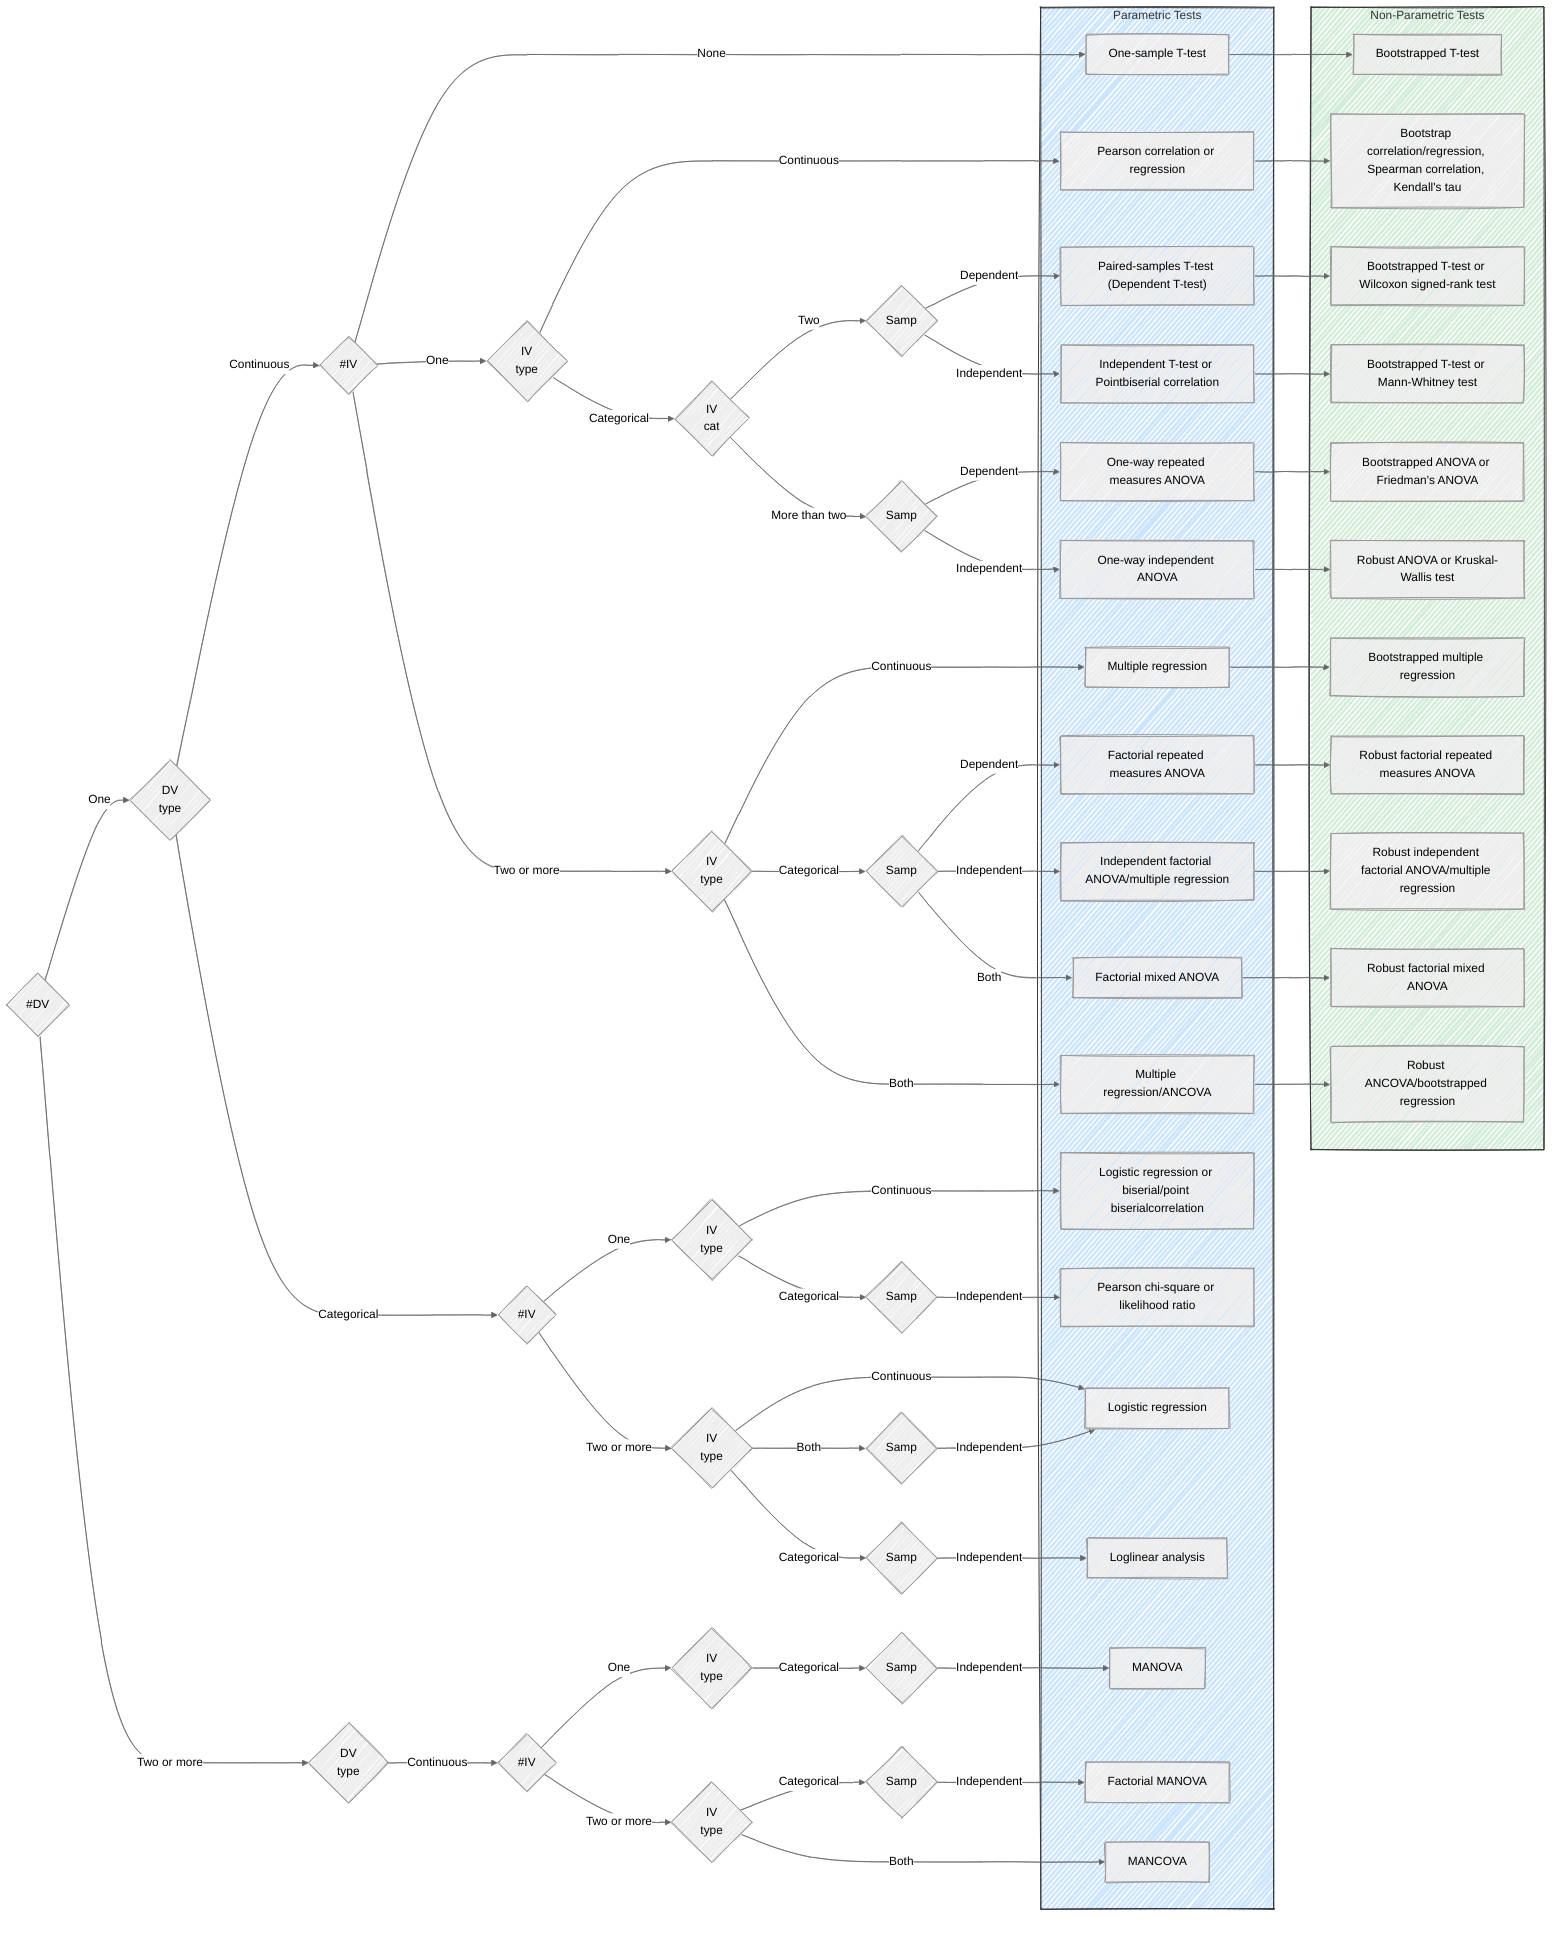
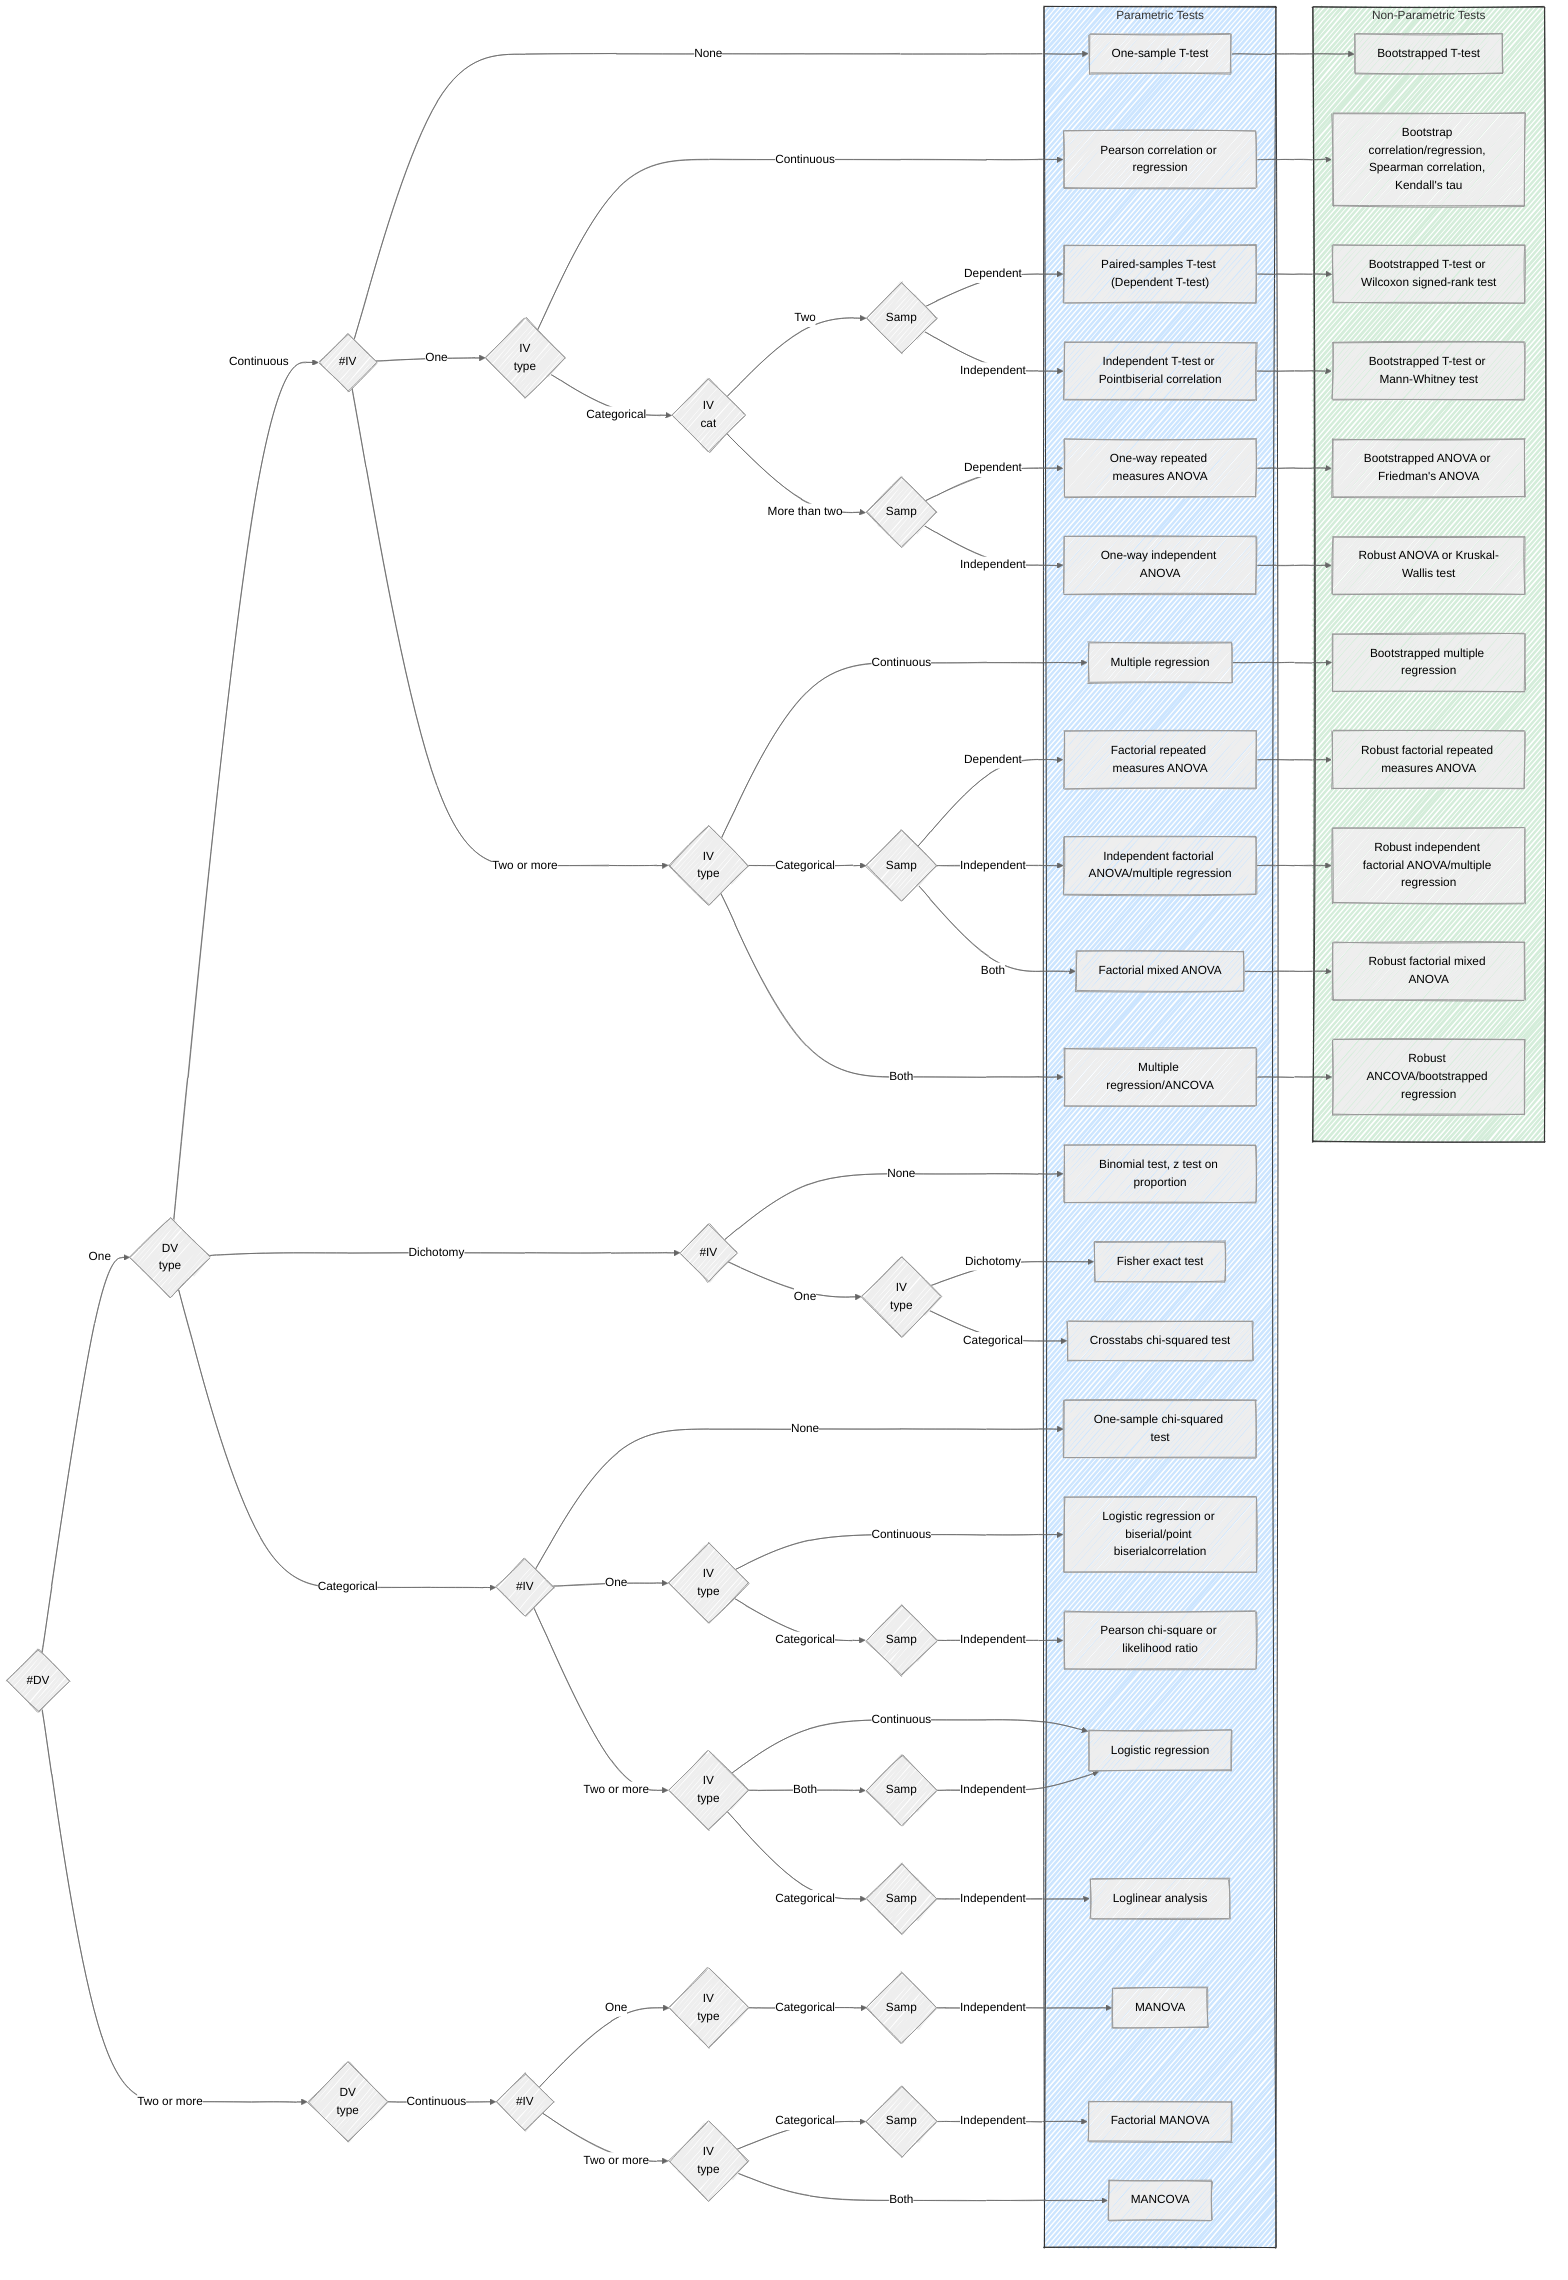
---
config:
  look: handDrawn
  theme: neutral
---

graph LR
    _DV{"#DV"}
    _DV_One_DV_br_type{"DV<br>type"}
    _DV_One_DV_br_type_Continuous_IV{"#IV"}
    _DV_One_DV_br_type_Continuous_IV_One_IV_br_type{"IV<br>type"}
    _DV_One_DV_br_type_Continuous_IV_One_IV_br_type_Categorical_IV_br_cat{"IV<br>cat"}
    _DV_One_DV_br_type_Continuous_IV_One_IV_br_type_Categorical_IV_br_cat_Two_Samp{"Samp"}
    _DV_One_DV_br_type_Continuous_IV_One_IV_br_type_Categorical_IV_br_cat_More_than_two_Samp{"Samp"}
    _DV_One_DV_br_type_Continuous_IV_Two_or_more_IV_br_type{"IV<br>type"}
    _DV_One_DV_br_type_Continuous_IV_Two_or_more_IV_br_type_Categorical_Samp{"Samp"}
+     _DV_One_DV_br_type_Dichotomy_IV{"#IV"}
+     _DV_One_DV_br_type_Dichotomy_IV_One_IV_br_type{"IV<br>type"}
    _DV_One_DV_br_type_Categorical_IV{"#IV"}
    _DV_One_DV_br_type_Categorical_IV_One_IV_br_type{"IV<br>type"}
    _DV_One_DV_br_type_Categorical_IV_One_IV_br_type_Categorical_Samp{"Samp"}
    _DV_One_DV_br_type_Categorical_IV_Two_or_more_IV_br_type{"IV<br>type"}
    _DV_One_DV_br_type_Categorical_IV_Two_or_more_IV_br_type_Categorical_Samp{"Samp"}
    _DV_One_DV_br_type_Categorical_IV_Two_or_more_IV_br_type_Both_Samp{"Samp"}
    _DV_Two_or_more_DV_br_type{"DV<br>type"}
    _DV_Two_or_more_DV_br_type_Continuous_IV{"#IV"}
    _DV_Two_or_more_DV_br_type_Continuous_IV_One_IV_br_type{"IV<br>type"}
    _DV_Two_or_more_DV_br_type_Continuous_IV_One_IV_br_type_Categorical_Samp{"Samp"}
    _DV_Two_or_more_DV_br_type_Continuous_IV_Two_or_more_IV_br_type{"IV<br>type"}
    _DV_Two_or_more_DV_br_type_Continuous_IV_Two_or_more_IV_br_type_Categorical_Samp{"Samp"}
    subgraph parametric_tests["Parametric Tests"]
        One_sample_T_test["One-sample T-test"]
        Pearson_correlation_or_regression["Pearson correlation or regression"]
        Paired_samples_T_test_Dependent_T_test["Paired-samples T-test (Dependent T-test)"]
        Independent_T_test_or_Pointbiserial_correlation["Independent T-test or Pointbiserial correlation"]
        One_way_repeated_measures_ANOVA["One-way repeated measures ANOVA"]
        One_way_independent_ANOVA["One-way independent ANOVA"]
        Multiple_regression["Multiple regression"]
        Factorial_repeated_measures_ANOVA["Factorial repeated measures ANOVA"]
        Independent_factorial_ANOVA_multiple_regression["Independent factorial ANOVA/multiple regression"]
        Factorial_mixed_ANOVA["Factorial mixed ANOVA"]
        Multiple_regression_ANCOVA["Multiple regression/ANCOVA"]
+         Binomial_test_z_test_on_proportion["Binomial test, z test on proportion"]
+         Fisher_exact_test["Fisher exact test"]
+         Crosstabs_chi_squared_test["Crosstabs chi-squared test"]
+         One_sample_chi_squared_test["One-sample chi-squared test"]
        Logistic_regression_or_biserial_point_biserialcorrelation["Logistic regression or biserial/point biserialcorrelation"]
        Pearson_chi_square_or_likelihood_ratio["Pearson chi-square or likelihood ratio"]
        Logistic_regression["Logistic regression"]
        Loglinear_analysis["Loglinear analysis"]
        MANOVA["MANOVA"]
        Factorial_MANOVA["Factorial MANOVA"]
        MANCOVA["MANCOVA"]
    end
    subgraph nonparametric_tests["Non-Parametric Tests"]
        Bootstrapped_T_test["Bootstrapped T-test"]
        Bootstrap_correlation_regression_Spearman_correlation_Kendall_s_tau["Bootstrap correlation/regression, Spearman correlation, Kendall's tau"]
        Bootstrapped_T_test_or_Wilcoxon_signed_rank_test["Bootstrapped T-test or Wilcoxon signed-rank test"]
        Bootstrapped_T_test_or_Mann_Whitney_test["Bootstrapped T-test or Mann-Whitney test"]
        Bootstrapped_ANOVA_or_Friedman_s_ANOVA["Bootstrapped ANOVA or Friedman's ANOVA"]
        Robust_ANOVA_or_Kruskal_Wallis_test["Robust ANOVA or Kruskal-Wallis test"]
        Bootstrapped_multiple_regression["Bootstrapped multiple regression"]
        Robust_factorial_repeated_measures_ANOVA["Robust factorial repeated measures ANOVA"]
        Robust_independent_factorial_ANOVA_multiple_regression["Robust independent factorial ANOVA/multiple regression"]
        Robust_factorial_mixed_ANOVA["Robust factorial mixed ANOVA"]
        Robust_ANCOVA_bootstrapped_regression["Robust ANCOVA/bootstrapped regression"]
    end
    _DV -->|"One"| _DV_One_DV_br_type
    _DV_One_DV_br_type -->|"Continuous"| _DV_One_DV_br_type_Continuous_IV
    _DV_One_DV_br_type_Continuous_IV -->|"None"| One_sample_T_test
    One_sample_T_test --> Bootstrapped_T_test
    _DV_One_DV_br_type_Continuous_IV -->|"One"| _DV_One_DV_br_type_Continuous_IV_One_IV_br_type
    _DV_One_DV_br_type_Continuous_IV_One_IV_br_type -->|"Continuous"| Pearson_correlation_or_regression
    Pearson_correlation_or_regression --> Bootstrap_correlation_regression_Spearman_correlation_Kendall_s_tau
    _DV_One_DV_br_type_Continuous_IV_One_IV_br_type -->|"Categorical"| _DV_One_DV_br_type_Continuous_IV_One_IV_br_type_Categorical_IV_br_cat
    _DV_One_DV_br_type_Continuous_IV_One_IV_br_type_Categorical_IV_br_cat -->|"Two"| _DV_One_DV_br_type_Continuous_IV_One_IV_br_type_Categorical_IV_br_cat_Two_Samp
    _DV_One_DV_br_type_Continuous_IV_One_IV_br_type_Categorical_IV_br_cat_Two_Samp -->|"Dependent"| Paired_samples_T_test_Dependent_T_test
    Paired_samples_T_test_Dependent_T_test --> Bootstrapped_T_test_or_Wilcoxon_signed_rank_test
    _DV_One_DV_br_type_Continuous_IV_One_IV_br_type_Categorical_IV_br_cat_Two_Samp -->|"Independent"| Independent_T_test_or_Pointbiserial_correlation
    Independent_T_test_or_Pointbiserial_correlation --> Bootstrapped_T_test_or_Mann_Whitney_test
    _DV_One_DV_br_type_Continuous_IV_One_IV_br_type_Categorical_IV_br_cat -->|"More than two"| _DV_One_DV_br_type_Continuous_IV_One_IV_br_type_Categorical_IV_br_cat_More_than_two_Samp
    _DV_One_DV_br_type_Continuous_IV_One_IV_br_type_Categorical_IV_br_cat_More_than_two_Samp -->|"Dependent"| One_way_repeated_measures_ANOVA
    One_way_repeated_measures_ANOVA --> Bootstrapped_ANOVA_or_Friedman_s_ANOVA
    _DV_One_DV_br_type_Continuous_IV_One_IV_br_type_Categorical_IV_br_cat_More_than_two_Samp -->|"Independent"| One_way_independent_ANOVA
    One_way_independent_ANOVA --> Robust_ANOVA_or_Kruskal_Wallis_test
    _DV_One_DV_br_type_Continuous_IV -->|"Two or more"| _DV_One_DV_br_type_Continuous_IV_Two_or_more_IV_br_type
    _DV_One_DV_br_type_Continuous_IV_Two_or_more_IV_br_type -->|"Continuous"| Multiple_regression
    Multiple_regression --> Bootstrapped_multiple_regression
    _DV_One_DV_br_type_Continuous_IV_Two_or_more_IV_br_type -->|"Categorical"| _DV_One_DV_br_type_Continuous_IV_Two_or_more_IV_br_type_Categorical_Samp
    _DV_One_DV_br_type_Continuous_IV_Two_or_more_IV_br_type_Categorical_Samp -->|"Dependent"| Factorial_repeated_measures_ANOVA
    Factorial_repeated_measures_ANOVA --> Robust_factorial_repeated_measures_ANOVA
    _DV_One_DV_br_type_Continuous_IV_Two_or_more_IV_br_type_Categorical_Samp -->|"Independent"| Independent_factorial_ANOVA_multiple_regression
    Independent_factorial_ANOVA_multiple_regression --> Robust_independent_factorial_ANOVA_multiple_regression
    _DV_One_DV_br_type_Continuous_IV_Two_or_more_IV_br_type_Categorical_Samp -->|"Both"| Factorial_mixed_ANOVA
    Factorial_mixed_ANOVA --> Robust_factorial_mixed_ANOVA
    _DV_One_DV_br_type_Continuous_IV_Two_or_more_IV_br_type -->|"Both"| Multiple_regression_ANCOVA
    Multiple_regression_ANCOVA --> Robust_ANCOVA_bootstrapped_regression
+     _DV_One_DV_br_type -->|"Dichotomy"| _DV_One_DV_br_type_Dichotomy_IV
+     _DV_One_DV_br_type_Dichotomy_IV -->|"None"| Binomial_test_z_test_on_proportion
+     _DV_One_DV_br_type_Dichotomy_IV -->|"One"| _DV_One_DV_br_type_Dichotomy_IV_One_IV_br_type
+     _DV_One_DV_br_type_Dichotomy_IV_One_IV_br_type -->|"Dichotomy"| Fisher_exact_test
+     _DV_One_DV_br_type_Dichotomy_IV_One_IV_br_type -->|"Categorical"| Crosstabs_chi_squared_test
    _DV_One_DV_br_type -->|"Categorical"| _DV_One_DV_br_type_Categorical_IV
+     _DV_One_DV_br_type_Categorical_IV -->|"None"| One_sample_chi_squared_test
    _DV_One_DV_br_type_Categorical_IV -->|"One"| _DV_One_DV_br_type_Categorical_IV_One_IV_br_type
    _DV_One_DV_br_type_Categorical_IV_One_IV_br_type -->|"Continuous"| Logistic_regression_or_biserial_point_biserialcorrelation
    _DV_One_DV_br_type_Categorical_IV_One_IV_br_type -->|"Categorical"| _DV_One_DV_br_type_Categorical_IV_One_IV_br_type_Categorical_Samp
    _DV_One_DV_br_type_Categorical_IV_One_IV_br_type_Categorical_Samp -->|"Independent"| Pearson_chi_square_or_likelihood_ratio
    _DV_One_DV_br_type_Categorical_IV -->|"Two or more"| _DV_One_DV_br_type_Categorical_IV_Two_or_more_IV_br_type
    _DV_One_DV_br_type_Categorical_IV_Two_or_more_IV_br_type -->|"Continuous"| Logistic_regression
    _DV_One_DV_br_type_Categorical_IV_Two_or_more_IV_br_type -->|"Categorical"| _DV_One_DV_br_type_Categorical_IV_Two_or_more_IV_br_type_Categorical_Samp
    _DV_One_DV_br_type_Categorical_IV_Two_or_more_IV_br_type_Categorical_Samp -->|"Independent"| Loglinear_analysis
    _DV_One_DV_br_type_Categorical_IV_Two_or_more_IV_br_type -->|"Both"| _DV_One_DV_br_type_Categorical_IV_Two_or_more_IV_br_type_Both_Samp
    _DV_One_DV_br_type_Categorical_IV_Two_or_more_IV_br_type_Both_Samp -->|"Independent"| Logistic_regression
    _DV -->|"Two or more"| _DV_Two_or_more_DV_br_type
    _DV_Two_or_more_DV_br_type -->|"Continuous"| _DV_Two_or_more_DV_br_type_Continuous_IV
    _DV_Two_or_more_DV_br_type_Continuous_IV -->|"One"| _DV_Two_or_more_DV_br_type_Continuous_IV_One_IV_br_type
    _DV_Two_or_more_DV_br_type_Continuous_IV_One_IV_br_type -->|"Categorical"| _DV_Two_or_more_DV_br_type_Continuous_IV_One_IV_br_type_Categorical_Samp
    _DV_Two_or_more_DV_br_type_Continuous_IV_One_IV_br_type_Categorical_Samp -->|"Independent"| MANOVA
    _DV_Two_or_more_DV_br_type_Continuous_IV -->|"Two or more"| _DV_Two_or_more_DV_br_type_Continuous_IV_Two_or_more_IV_br_type
    _DV_Two_or_more_DV_br_type_Continuous_IV_Two_or_more_IV_br_type -->|"Categorical"| _DV_Two_or_more_DV_br_type_Continuous_IV_Two_or_more_IV_br_type_Categorical_Samp
    _DV_Two_or_more_DV_br_type_Continuous_IV_Two_or_more_IV_br_type_Categorical_Samp -->|"Independent"| Factorial_MANOVA
    _DV_Two_or_more_DV_br_type_Continuous_IV_Two_or_more_IV_br_type -->|"Both"| MANCOVA

    style parametric_tests fill:#cce5ff,stroke:#333
    style nonparametric_tests fill:#d4edda,stroke:#333
